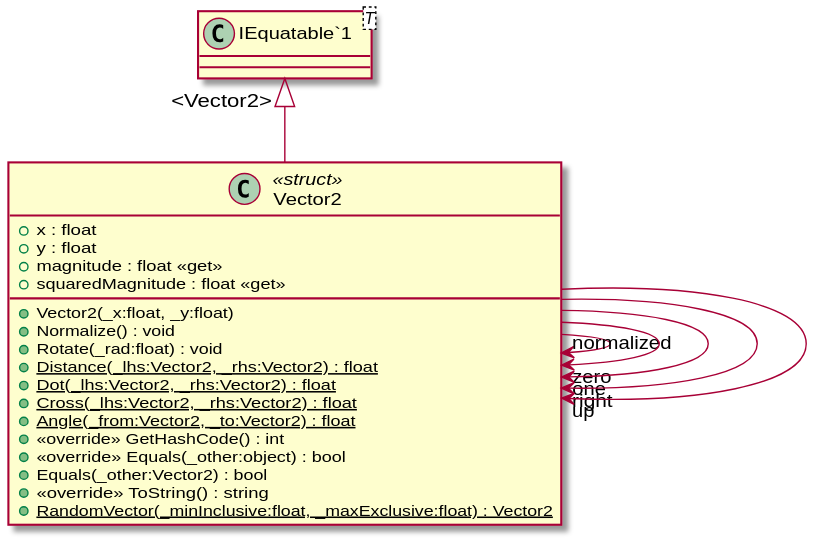
Before: UML/Core/Math/Vector2.svg, a diagram exported from PlantUML (Zaephus/GraphicsProgramming).
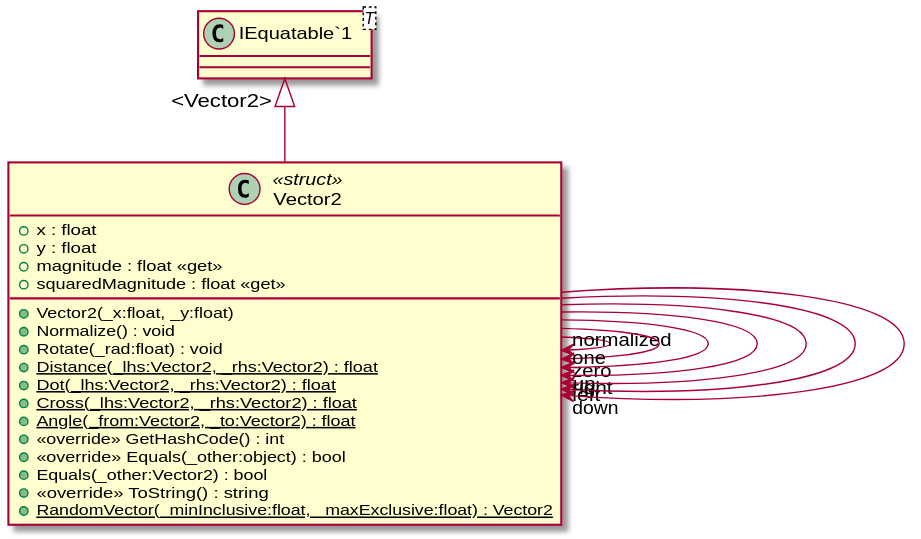
Later version of the same file.

The edit, as a diff of the source:
```diff
@@ -24,5 +24,7 @@
 Vector2 --> "zero" Vector2
 Vector2 --> "one" Vector2
 Vector2 --> "right" Vector2
+Vector2 --> "left" Vector2
 Vector2 --> "up" Vector2
+Vector2 --> "down" Vector2
 @enduml
```
